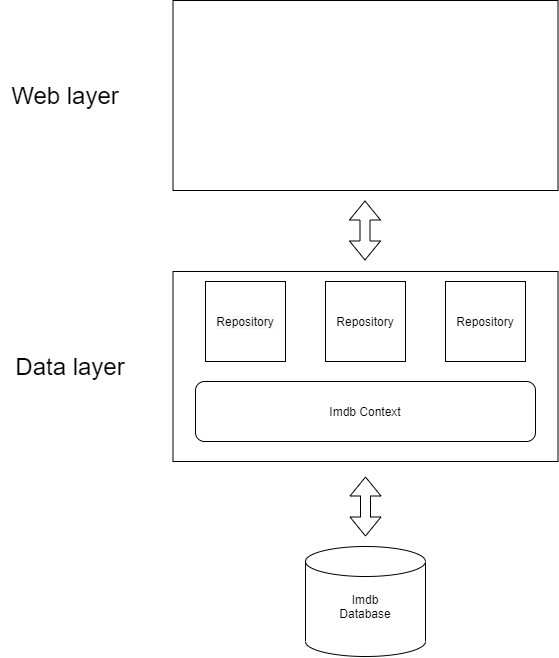
Above: Dataservices/Overall Architecture.png in Ec2IsDifficult/ProjectPortfolio2Group3 (draw.io), before the change. Source tidied: cells renumbered, new cells last; positions are measured from the earlier drawing's top-left corner, leaving out a move shared by most shapes.
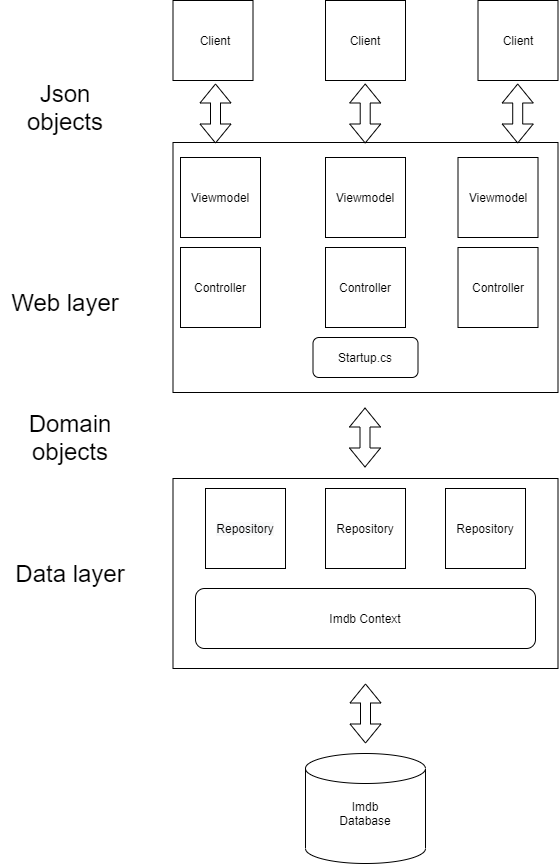
Above is the later version.

Commit message:
Completed the overall architecture

Change to the diagram source:
```diff
@@ -48,10 +48,76 @@
       </mxGeometry>
     </mxCell>
     <mxCell id="15" style="rounded=0;whiteSpace=wrap;html=1;" parent="1" vertex="1">
-      <mxGeometry x="172.5" width="385" height="190" as="geometry" />
+      <mxGeometry x="172.5" y="-65" width="385" height="250" as="geometry" />
     </mxCell>
     <mxCell id="16" value="&lt;font style=&quot;font-size: 24px&quot;&gt;Web layer&lt;/font&gt;" style="text;html=1;strokeColor=none;fillColor=none;align=center;verticalAlign=middle;whiteSpace=wrap;rounded=0;" parent="1" vertex="1">
       <mxGeometry y="85" width="130" height="20" as="geometry" />
     </mxCell>
+    <mxCell id="17" style="whiteSpace=wrap;html=1;" parent="1" vertex="1">
+      <mxGeometry x="172.5" y="-207" width="80" height="80" as="geometry" />
+    </mxCell>
+    <mxCell id="18" style="whiteSpace=wrap;html=1;" parent="1" vertex="1">
+      <mxGeometry x="325" y="-207" width="80" height="80" as="geometry" />
+    </mxCell>
+    <mxCell id="19" style="whiteSpace=wrap;html=1;" parent="1" vertex="1">
+      <mxGeometry x="477.5" y="-207" width="80" height="80" as="geometry" />
+    </mxCell>
+    <mxCell id="20" value="Client" style="text;html=1;strokeColor=none;fillColor=none;align=center;verticalAlign=middle;whiteSpace=wrap;rounded=0;" parent="1" vertex="1">
+      <mxGeometry x="195" y="-177" width="40" height="20" as="geometry" />
+    </mxCell>
+    <mxCell id="21" value="Client" style="text;html=1;strokeColor=none;fillColor=none;align=center;verticalAlign=middle;whiteSpace=wrap;rounded=0;" parent="1" vertex="1">
+      <mxGeometry x="345" y="-177" width="40" height="20" as="geometry" />
+    </mxCell>
+    <mxCell id="22" value="Client" style="text;html=1;strokeColor=none;fillColor=none;align=center;verticalAlign=middle;whiteSpace=wrap;rounded=0;" parent="1" vertex="1">
+      <mxGeometry x="497.5" y="-177" width="40" height="20" as="geometry" />
+    </mxCell>
+    <mxCell id="23" style="shape=flexArrow;endArrow=classic;startArrow=classic;html=1;" parent="1" edge="1">
+      <mxGeometry relative="1" as="geometry">
+        <mxPoint x="364.7" y="-64" as="sourcePoint" />
+        <mxPoint x="364.7" y="-124" as="targetPoint" />
+      </mxGeometry>
+    </mxCell>
+    <mxCell id="24" style="shape=flexArrow;endArrow=classic;startArrow=classic;html=1;" parent="1" edge="1">
+      <mxGeometry relative="1" as="geometry">
+        <mxPoint x="215" y="-64" as="sourcePoint" />
+        <mxPoint x="215" y="-124" as="targetPoint" />
+      </mxGeometry>
+    </mxCell>
+    <mxCell id="25" style="shape=flexArrow;endArrow=classic;startArrow=classic;html=1;" parent="1" edge="1">
+      <mxGeometry relative="1" as="geometry">
+        <mxPoint x="517.2" y="-64" as="sourcePoint" />
+        <mxPoint x="517.2" y="-124" as="targetPoint" />
+      </mxGeometry>
+    </mxCell>
+    <mxCell id="26" value="Viewmodel" style="whiteSpace=wrap;html=1;" parent="1" vertex="1">
+      <mxGeometry x="180" y="-50" width="80" height="80" as="geometry" />
+    </mxCell>
+    <mxCell id="27" value="Viewmodel" style="whiteSpace=wrap;html=1;" parent="1" vertex="1">
+      <mxGeometry x="325" y="-50" width="80" height="80" as="geometry" />
+    </mxCell>
+    <mxCell id="28" value="Viewmodel" style="whiteSpace=wrap;html=1;" parent="1" vertex="1">
+      <mxGeometry x="457.5" y="-50" width="80" height="80" as="geometry" />
+    </mxCell>
+    <mxCell id="29" value="Controller" style="whiteSpace=wrap;html=1;" parent="1" vertex="1">
+      <mxGeometry x="180" y="40" width="80" height="80" as="geometry" />
+    </mxCell>
+    <mxCell id="30" value="Controller" style="whiteSpace=wrap;html=1;" parent="1" vertex="1">
+      <mxGeometry x="325" y="40" width="80" height="80" as="geometry" />
+    </mxCell>
+    <mxCell id="31" value="Controller" style="whiteSpace=wrap;html=1;" parent="1" vertex="1">
+      <mxGeometry x="457.5" y="40" width="80" height="80" as="geometry" />
+    </mxCell>
+    <mxCell id="32" style="rounded=1;whiteSpace=wrap;html=1;" parent="1" vertex="1">
+      <mxGeometry x="312.5" y="130" width="105" height="40" as="geometry" />
+    </mxCell>
+    <mxCell id="33" value="Startup.cs" style="text;html=1;strokeColor=none;fillColor=none;align=center;verticalAlign=middle;whiteSpace=wrap;rounded=0;" parent="1" vertex="1">
+      <mxGeometry x="345" y="140" width="40" height="20" as="geometry" />
+    </mxCell>
+    <mxCell id="34" value="&lt;font style=&quot;font-size: 24px&quot;&gt;Json objects&lt;/font&gt;" style="text;html=1;strokeColor=none;fillColor=none;align=center;verticalAlign=middle;whiteSpace=wrap;rounded=0;" parent="1" vertex="1">
+      <mxGeometry y="-110" width="130" height="20" as="geometry" />
+    </mxCell>
+    <mxCell id="35" value="&lt;font style=&quot;font-size: 24px&quot;&gt;Domain objects&lt;/font&gt;" style="text;html=1;strokeColor=none;fillColor=none;align=center;verticalAlign=middle;whiteSpace=wrap;rounded=0;" parent="1" vertex="1">
+      <mxGeometry x="5" y="220" width="130" height="20" as="geometry" />
+    </mxCell>
   </root>
 </mxGraphModel>
```
